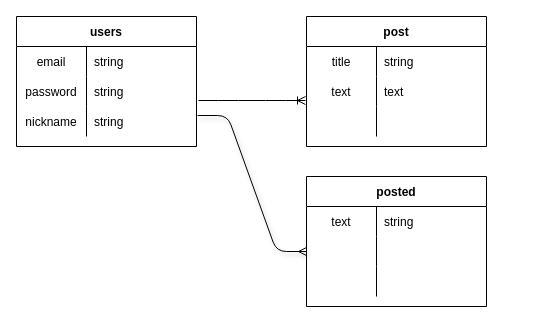
Before: ER.dio in kei-yokoyama/my_diary, a draw.io diagram. Source tidied: cells renumbered, new cells numbered last; positions are measured from the earlier drawing's top-left corner, leaving out a move shared by most shapes. Both pictures are drawn from the tidied source at 100%, with x=0, y=0 at pixel (16, 16).
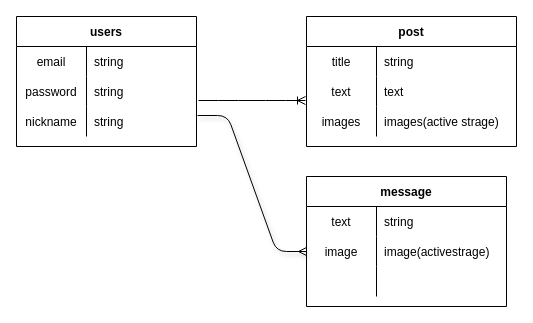
The same page after the edit.

Change to the diagram source:
```diff
@@
     <mxCell id="12" value="post" style="shape=table;startSize=30;childLayout=tableLayout;rowLines=0;fontStyle=1;align=center;" parent="1" vertex="1">
-      <mxGeometry x="290" width="180" height="130" as="geometry" />
+      <mxGeometry x="290" width="210" height="130" as="geometry" />
     </mxCell>
     <mxCell id="13" style="shape=partialRectangle;fillColor=none;top=0;left=0;bottom=0;right=0;" parent="12" vertex="1">
-      <mxGeometry y="30" width="180" height="30" as="geometry" />
+      <mxGeometry y="30" width="210" height="30" as="geometry" />
     </mxCell>
@@
     <mxCell id="15" value="string" style="shape=partialRectangle;fillColor=none;top=0;left=0;bottom=0;right=0;align=left;spacingLeft=6;overflow=hidden;" parent="13" vertex="1">
-      <mxGeometry x="70" width="110" height="30" as="geometry" />
+      <mxGeometry x="70" width="140" height="30" as="geometry" />
     </mxCell>
     <mxCell id="16" style="shape=partialRectangle;fillColor=none;top=0;left=0;bottom=0;right=0;" parent="12" vertex="1">
-      <mxGeometry y="60" width="180" height="30" as="geometry" />
+      <mxGeometry y="60" width="210" height="30" as="geometry" />
     </mxCell>
@@
     <mxCell id="18" value="text" style="shape=partialRectangle;fillColor=none;top=0;left=0;bottom=0;right=0;align=left;spacingLeft=6;overflow=hidden;" parent="16" vertex="1">
-      <mxGeometry x="70" width="110" height="30" as="geometry" />
+      <mxGeometry x="70" width="140" height="30" as="geometry" />
     </mxCell>
     <mxCell id="19" style="shape=partialRectangle;fillColor=none;top=0;left=0;bottom=0;right=0;" parent="12" vertex="1">
-      <mxGeometry y="90" width="180" height="30" as="geometry" />
+      <mxGeometry y="90" width="210" height="30" as="geometry" />
     </mxCell>
-    <mxCell id="20" style="shape=partialRectangle;fillColor=none;top=0;left=0;bottom=0;right=0;overflow=hidden;" parent="19" vertex="1">
+    <mxCell id="20" value="images" style="shape=partialRectangle;fillColor=none;top=0;left=0;bottom=0;right=0;overflow=hidden;" parent="19" vertex="1">
       <mxGeometry width="70" height="30" as="geometry" />
     </mxCell>
-    <mxCell id="21" style="shape=partialRectangle;fillColor=none;top=0;left=0;bottom=0;right=0;align=left;spacingLeft=6;overflow=hidden;" parent="19" vertex="1">
-      <mxGeometry x="70" width="110" height="30" as="geometry" />
+    <mxCell id="21" value="images(active strage)" style="shape=partialRectangle;fillColor=none;top=0;left=0;bottom=0;right=0;align=left;spacingLeft=6;overflow=hidden;" parent="19" vertex="1">
+      <mxGeometry x="70" width="140" height="30" as="geometry" />
     </mxCell>
@@
-    <mxCell id="23" value="posted" style="shape=table;startSize=30;childLayout=tableLayout;rowLines=0;fontStyle=1;align=center;" parent="1" vertex="1">
-      <mxGeometry x="290" y="160" width="180" height="130" as="geometry" />
+    <mxCell id="23" value="message" style="shape=table;startSize=30;childLayout=tableLayout;rowLines=0;fontStyle=1;align=center;" parent="1" vertex="1">
+      <mxGeometry x="290" y="160" width="200" height="130" as="geometry" />
     </mxCell>
     <mxCell id="24" style="shape=partialRectangle;fillColor=none;top=0;left=0;bottom=0;right=0;" parent="23" vertex="1">
-      <mxGeometry y="30" width="180" height="30" as="geometry" />
+      <mxGeometry y="30" width="200" height="30" as="geometry" />
     </mxCell>
@@
     <mxCell id="26" value="string" style="shape=partialRectangle;fillColor=none;top=0;left=0;bottom=0;right=0;align=left;spacingLeft=6;overflow=hidden;" parent="24" vertex="1">
-      <mxGeometry x="70" width="110" height="30" as="geometry" />
+      <mxGeometry x="70" width="130" height="30" as="geometry" />
     </mxCell>
     <mxCell id="27" style="shape=partialRectangle;fillColor=none;top=0;left=0;bottom=0;right=0;points=[[0,0.5],[1,0.5]];portConstraint=eastwest;" parent="23" vertex="1">
-      <mxGeometry y="60" width="180" height="30" as="geometry" />
+      <mxGeometry y="60" width="200" height="30" as="geometry" />
     </mxCell>
-    <mxCell id="28" style="shape=partialRectangle;fillColor=none;top=0;left=0;bottom=0;right=0;overflow=hidden;" parent="27" vertex="1">
+    <mxCell id="28" value="image" style="shape=partialRectangle;fillColor=none;top=0;left=0;bottom=0;right=0;overflow=hidden;" parent="27" vertex="1">
       <mxGeometry width="70" height="30" as="geometry" />
     </mxCell>
-    <mxCell id="29" style="shape=partialRectangle;fillColor=none;top=0;left=0;bottom=0;right=0;align=left;spacingLeft=6;overflow=hidden;" parent="27" vertex="1">
-      <mxGeometry x="70" width="110" height="30" as="geometry" />
+    <mxCell id="29" value="image(activestrage)" style="shape=partialRectangle;fillColor=none;top=0;left=0;bottom=0;right=0;align=left;spacingLeft=6;overflow=hidden;" parent="27" vertex="1">
+      <mxGeometry x="70" width="130" height="30" as="geometry" />
     </mxCell>
     <mxCell id="30" style="shape=partialRectangle;fillColor=none;top=0;left=0;bottom=0;right=0;" parent="23" vertex="1">
-      <mxGeometry y="90" width="180" height="30" as="geometry" />
+      <mxGeometry y="90" width="200" height="30" as="geometry" />
     </mxCell>
@@
     <mxCell id="32" style="shape=partialRectangle;fillColor=none;top=0;left=0;bottom=0;right=0;align=left;spacingLeft=6;overflow=hidden;" parent="30" vertex="1">
-      <mxGeometry x="70" width="110" height="30" as="geometry" />
+      <mxGeometry x="70" width="130" height="30" as="geometry" />
     </mxCell>
```
